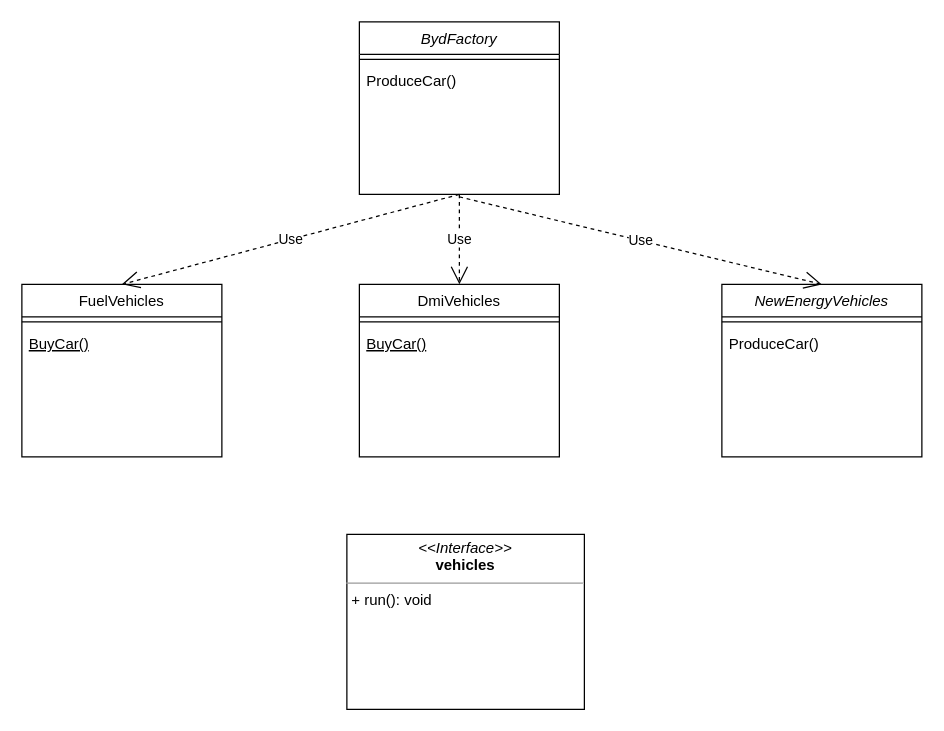
Earlier version of the draw.io diagram factory.drawio (zuoanCo/zkblog). Source tidied: cells renumbered, new cells numbered last; positions are measured from the earlier drawing's top-left corner, leaving out a move shared by most shapes. Both pictures are drawn from the tidied source at 125%, with x=0, y=0 at pixel (21, 21).
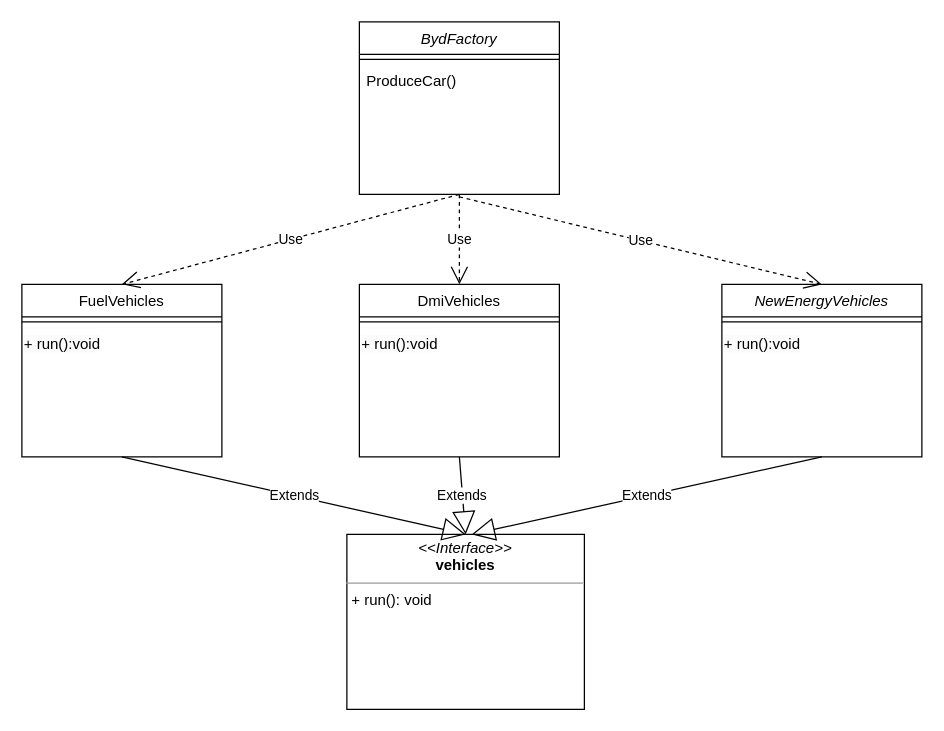
After the change.

The change refers to these unchanged cells:
```xml
<mxCell id="2" value="NewEnergyVehicles" style="swimlane;fontStyle=2;align=center;verticalAlign=top;horizontal=1;startSize=26;rounded=0;shadow=0;strokeWidth=1;" parent="1" vertex="1">
  <mxGeometry x="560" y="210" width="160" height="138" as="geometry" />
</mxCell>
<mxCell id="5" value="FuelVehicles" style="swimlane;fontStyle=0;align=center;verticalAlign=top;horizontal=1;startSize=26;rounded=0;shadow=0;strokeWidth=1;" parent="1" vertex="1">
  <mxGeometry y="210" width="160" height="138" as="geometry" />
</mxCell>
<mxCell id="11" value="DmiVehicles" style="swimlane;fontStyle=0;align=center;verticalAlign=top;horizontal=1;startSize=26;rounded=0;shadow=0;strokeWidth=1;" parent="1" vertex="1">
  <mxGeometry x="270" y="210" width="160" height="138" as="geometry" />
</mxCell>
<mxCell id="17" value="&lt;p style=&quot;margin:0px;margin-top:4px;text-align:center;&quot;&gt;&lt;i&gt;&amp;lt;&amp;lt;Interface&amp;gt;&amp;gt;&lt;/i&gt;&lt;br&gt;&lt;b&gt;vehicles&lt;/b&gt;&lt;/p&gt;&lt;hr size=&quot;1&quot;&gt;&lt;p style=&quot;margin:0px;margin-left:4px;&quot;&gt;+ run(): void&lt;/p&gt;" style="verticalAlign=top;align=left;overflow=fill;fontSize=12;fontFamily=Helvetica;html=1;whiteSpace=wrap;" parent="1" vertex="1">
  <mxGeometry x="260" y="410" width="190" height="140" as="geometry" />
</mxCell>
```

Change to the diagram source:
```diff
@@
-    <mxCell id="4" value="ProduceCar()" style="text;align=left;verticalAlign=top;spacingLeft=4;spacingRight=4;overflow=hidden;" parent="2" vertex="1">
-      <mxGeometry y="34" width="160" height="26" as="geometry" />
-    </mxCell>
+    <mxCell id="18" value="&lt;span style=&quot;color: rgb(0, 0, 0); font-family: Helvetica; font-size: 12px; font-style: normal; font-variant-ligatures: normal; font-variant-caps: normal; font-weight: 400; letter-spacing: normal; orphans: 2; text-align: left; text-indent: 0px; text-transform: none; widows: 2; word-spacing: 0px; -webkit-text-stroke-width: 0px; background-color: rgb(251, 251, 251); text-decoration-thickness: initial; text-decoration-style: initial; text-decoration-color: initial; float: none; display: inline !important;&quot;&gt;+ run():void&lt;/span&gt;" style="text;whiteSpace=wrap;html=1;" parent="2" vertex="1">
+      <mxGeometry y="34" width="160" height="40" as="geometry" />
+    </mxCell>
@@
-    <mxCell id="7" value="BuyCar()" style="text;align=left;verticalAlign=top;spacingLeft=4;spacingRight=4;overflow=hidden;fontStyle=4;" parent="5" vertex="1">
-      <mxGeometry y="34" width="160" height="26" as="geometry" />
-    </mxCell>
+    <mxCell id="19" value="&lt;span style=&quot;color: rgb(0, 0, 0); font-family: Helvetica; font-size: 12px; font-style: normal; font-variant-ligatures: normal; font-variant-caps: normal; font-weight: 400; letter-spacing: normal; orphans: 2; text-align: left; text-indent: 0px; text-transform: none; widows: 2; word-spacing: 0px; -webkit-text-stroke-width: 0px; background-color: rgb(251, 251, 251); text-decoration-thickness: initial; text-decoration-style: initial; text-decoration-color: initial; float: none; display: inline !important;&quot;&gt;+ run():void&lt;/span&gt;" style="text;whiteSpace=wrap;html=1;" parent="5" vertex="1">
+      <mxGeometry y="34" width="160" height="40" as="geometry" />
+    </mxCell>
@@
-    <mxCell id="13" value="BuyCar()" style="text;align=left;verticalAlign=top;spacingLeft=4;spacingRight=4;overflow=hidden;fontStyle=4;" parent="11" vertex="1">
-      <mxGeometry y="34" width="160" height="26" as="geometry" />
-    </mxCell>
+    <mxCell id="20" value="&lt;span style=&quot;color: rgb(0, 0, 0); font-family: Helvetica; font-size: 12px; font-style: normal; font-variant-ligatures: normal; font-variant-caps: normal; font-weight: 400; letter-spacing: normal; orphans: 2; text-align: left; text-indent: 0px; text-transform: none; widows: 2; word-spacing: 0px; -webkit-text-stroke-width: 0px; background-color: rgb(251, 251, 251); text-decoration-thickness: initial; text-decoration-style: initial; text-decoration-color: initial; float: none; display: inline !important;&quot;&gt;+ run():void&lt;/span&gt;" style="text;whiteSpace=wrap;html=1;" parent="11" vertex="1">
+      <mxGeometry y="34" width="160" height="40" as="geometry" />
+    </mxCell>
@@
+    <mxCell id="21" value="Extends" style="endArrow=block;endSize=16;endFill=0;html=1;rounded=0;exitX=0.5;exitY=1;exitDx=0;exitDy=0;" parent="1" edge="1" source="2">
+      <mxGeometry relative="1" as="geometry">
+        <mxPoint x="360" y="410" as="targetPoint" />
+      </mxGeometry>
+    </mxCell>
+    <mxCell id="22" value="Extends" style="endArrow=block;endSize=16;endFill=0;html=1;rounded=0;exitX=0.5;exitY=1;exitDx=0;exitDy=0;entryX=0.5;entryY=0;entryDx=0;entryDy=0;" parent="1" edge="1" source="11" target="17">
+      <mxGeometry relative="1" as="geometry" />
+    </mxCell>
+    <mxCell id="23" value="Extends" style="endArrow=block;endSize=16;endFill=0;html=1;rounded=0;exitX=0.5;exitY=1;exitDx=0;exitDy=0;entryX=0.5;entryY=0;entryDx=0;entryDy=0;" parent="1" edge="1" source="5" target="17">
+      <mxGeometry relative="1" as="geometry" />
+    </mxCell>
```
